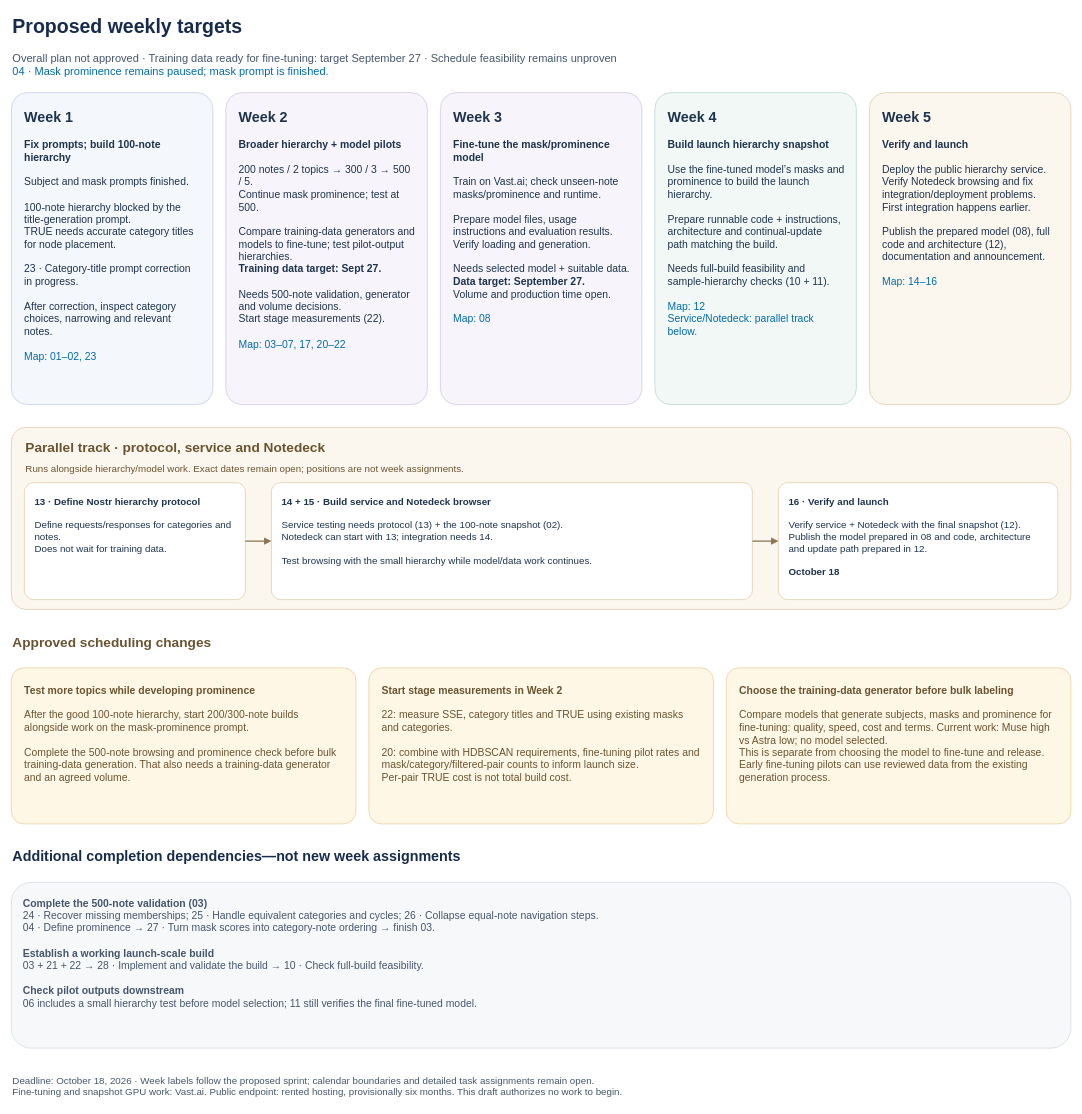
Earlier version of the draw.io diagram page "2 — Proposed weekly targets" (2 of 2) of docs/planning/october-18-release.drawio (kernelkind/oracle-research). Source tidied: cells renumbered, new cells numbered last; positions are measured from the earlier drawing's top-left corner, leaving out a move shared by most shapes. Both pictures are drawn from the tidied source at 65%, with x=0, y=0 at pixel (11, 11).
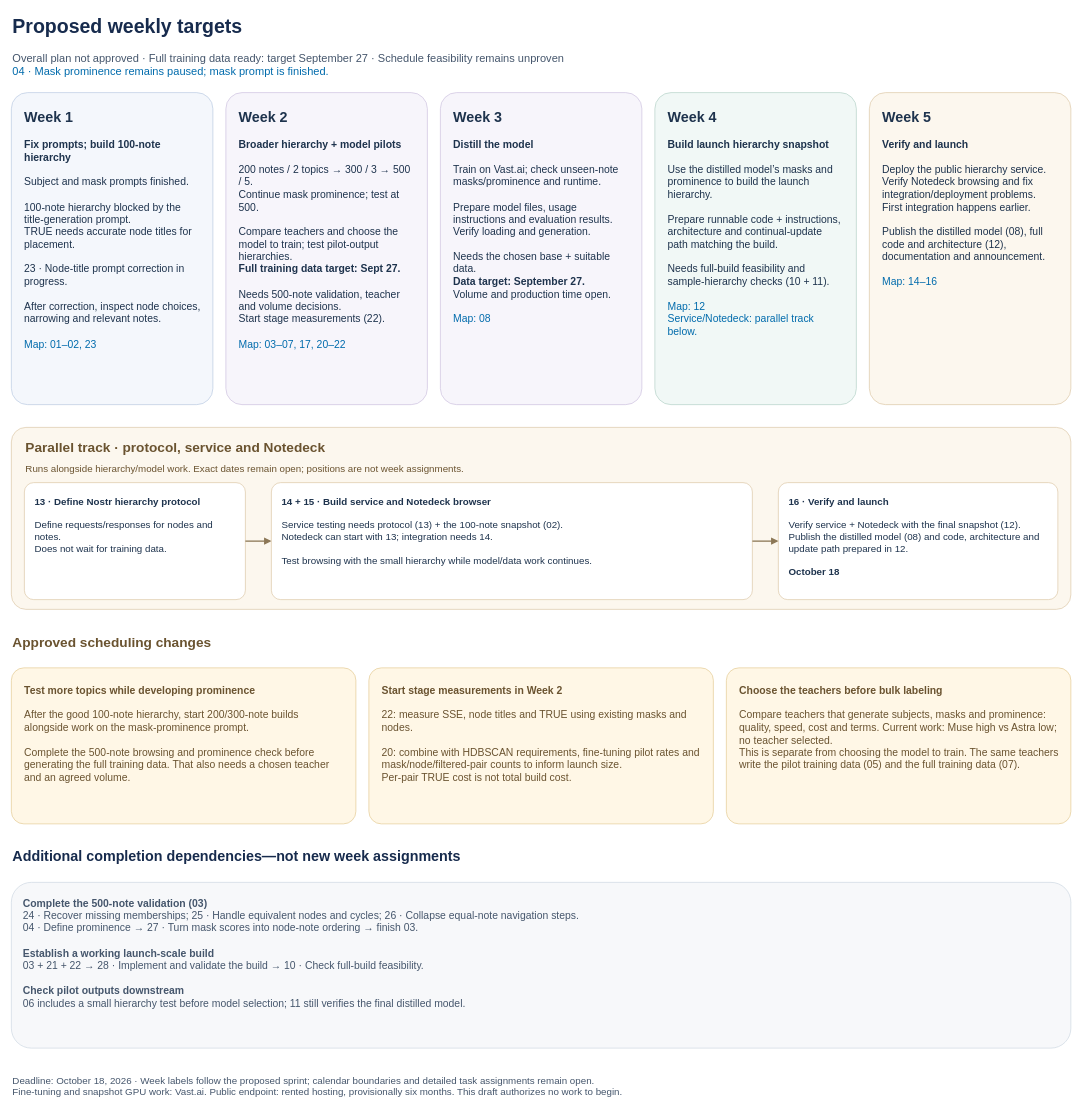
After the change.

Commit message (it also covers changes not shown here):
Sync planning docs and release diagram to the approved model vocabulary

Diff of the diagram source:
```diff
@@
-    <mxCell id="3" value="Overall plan not approved · Training data ready for fine-tuning: target September 27 · Schedule feasibility remains unproven&lt;br&gt;&lt;font color=&quot;light-dark(#6b7788, #bac6d3)&quot;&gt;04 · Mask prominence remains paused; mask prompt is finished.&lt;/font&gt;" style="text;html=1;align=left;verticalAlign=middle;fontSize=17;fontColor=light-dark(#45566c, #bac6d3);" parent="1" vertex="1">
+    <mxCell id="3" value="Overall plan not approved · Full training data ready: target September 27 · Schedule feasibility remains unproven&lt;br&gt;&lt;font color=&quot;light-dark(#6b7788, #bac6d3)&quot;&gt;04 · Mask prominence remains paused; mask prompt is finished.&lt;/font&gt;" style="text;html=1;align=left;verticalAlign=middle;fontSize=17;fontColor=light-dark(#45566c, #bac6d3);" parent="1" vertex="1">
       <mxGeometry y="55" width="1600" height="55" as="geometry" />
     </mxCell>
-    <mxCell id="4" value="&lt;font style=&quot;font-size:22px&quot;&gt;&lt;b&gt;Week 1&lt;/b&gt;&lt;/font&gt;&lt;br&gt;&lt;br&gt;&lt;b&gt;Fix prompts; build 100-note hierarchy&lt;/b&gt;&lt;br&gt;&lt;br&gt;Subject and mask prompts finished.&lt;br&gt;&lt;br&gt;100-note hierarchy blocked by the title-generation prompt.&lt;br&gt;TRUE needs accurate category titles for node placement.&lt;br&gt;&lt;br&gt;23 · Category-title prompt correction in progress.&lt;br&gt;&lt;br&gt;After correction, inspect category choices, narrowing and relevant notes.&lt;br&gt;&lt;br&gt;&lt;font color=&quot;light-dark(#6b7788, #bac6d3)&quot;&gt;Map: 01–02, 23&lt;/font&gt;" style="rounded=1;arcSize=8;whiteSpace=wrap;html=1;fillColor=light-dark(#f4f7fc, #303c49);strokeColor=light-dark(#b7c8e0, #7c8da1);align=left;verticalAlign=top;spacing=20;fontSize=16;fontColor=light-dark(#1e334d, #e6edf3);" parent="1" vertex="1">
+    <mxCell id="4" value="&lt;font style=&quot;font-size:22px&quot;&gt;&lt;b&gt;Week 1&lt;/b&gt;&lt;/font&gt;&lt;br&gt;&lt;br&gt;&lt;b&gt;Fix prompts; build 100-note hierarchy&lt;/b&gt;&lt;br&gt;&lt;br&gt;Subject and mask prompts finished.&lt;br&gt;&lt;br&gt;100-note hierarchy blocked by the title-generation prompt.&lt;br&gt;TRUE needs accurate node titles for placement.&lt;br&gt;&lt;br&gt;23 · Node-title prompt correction in progress.&lt;br&gt;&lt;br&gt;After correction, inspect node choices, narrowing and relevant notes.&lt;br&gt;&lt;br&gt;&lt;font color=&quot;light-dark(#6b7788, #bac6d3)&quot;&gt;Map: 01–02, 23&lt;/font&gt;" style="rounded=1;arcSize=8;whiteSpace=wrap;html=1;fillColor=light-dark(#f4f7fc, #303c49);strokeColor=light-dark(#b7c8e0, #7c8da1);align=left;verticalAlign=top;spacing=20;fontSize=16;fontColor=light-dark(#1e334d, #e6edf3);" parent="1" vertex="1">
       <mxGeometry y="125" width="310" height="480" as="geometry" />
     </mxCell>
-    <mxCell id="5" value="&lt;font style=&quot;font-size:22px&quot;&gt;&lt;b&gt;Week 2&lt;/b&gt;&lt;/font&gt;&lt;br&gt;&lt;br&gt;&lt;b&gt;Broader hierarchy + model pilots&lt;/b&gt;&lt;br&gt;&lt;br&gt;200 notes / 2 topics → 300 / 3 → 500 / 5.&lt;br&gt;Continue mask prominence; test at 500.&lt;br&gt;&lt;br&gt;Compare training-data generators and models to fine-tune; test pilot-output hierarchies.&lt;br&gt;&lt;b&gt;Training data target: Sept 27.&lt;/b&gt;&lt;br&gt;&lt;br&gt;Needs 500-note validation, generator and volume decisions.&lt;br&gt;Start stage measurements (22).&lt;br&gt;&lt;br&gt;&lt;font color=&quot;light-dark(#6b7788, #bac6d3)&quot;&gt;Map: 03–07, 17, 20–22&lt;/font&gt;" style="rounded=1;arcSize=8;whiteSpace=wrap;html=1;fillColor=light-dark(#f7f5fb, #303c49);strokeColor=light-dark(#cbbfdd, #7c8da1);align=left;verticalAlign=top;spacing=20;fontSize=16;fontColor=light-dark(#1e334d, #e6edf3);" parent="1" vertex="1">
+    <mxCell id="5" value="&lt;font style=&quot;font-size:22px&quot;&gt;&lt;b&gt;Week 2&lt;/b&gt;&lt;/font&gt;&lt;br&gt;&lt;br&gt;&lt;b&gt;Broader hierarchy + model pilots&lt;/b&gt;&lt;br&gt;&lt;br&gt;200 notes / 2 topics → 300 / 3 → 500 / 5.&lt;br&gt;Continue mask prominence; test at 500.&lt;br&gt;&lt;br&gt;Compare teachers and choose the model to train; test pilot-output hierarchies.&lt;br&gt;&lt;b&gt;Full training data target: Sept 27.&lt;/b&gt;&lt;br&gt;&lt;br&gt;Needs 500-note validation, teacher and volume decisions.&lt;br&gt;Start stage measurements (22).&lt;br&gt;&lt;br&gt;&lt;font color=&quot;light-dark(#6b7788, #bac6d3)&quot;&gt;Map: 03–07, 17, 20–22&lt;/font&gt;" style="rounded=1;arcSize=8;whiteSpace=wrap;html=1;fillColor=light-dark(#f7f5fb, #303c49);strokeColor=light-dark(#cbbfdd, #7c8da1);align=left;verticalAlign=top;spacing=20;fontSize=16;fontColor=light-dark(#1e334d, #e6edf3);" parent="1" vertex="1">
       <mxGeometry x="330" y="125" width="310" height="480" as="geometry" />
     </mxCell>
-    <mxCell id="6" value="&lt;font style=&quot;font-size:22px&quot;&gt;&lt;b&gt;Week 3&lt;/b&gt;&lt;/font&gt;&lt;br&gt;&lt;br&gt;&lt;b&gt;Fine-tune the mask/prominence model&lt;/b&gt;&lt;br&gt;&lt;br&gt;Train on Vast.ai; check unseen-note masks/prominence and runtime.&lt;br&gt;&lt;br&gt;Prepare model files, usage instructions and evaluation results. Verify loading and generation.&lt;br&gt;&lt;br&gt;Needs selected model + suitable data.&lt;br&gt;&lt;b&gt;Data target: September 27.&lt;/b&gt;&lt;br&gt;Volume and production time open.&lt;br&gt;&lt;br&gt;&lt;font color=&quot;light-dark(#6b7788, #bac6d3)&quot;&gt;Map: 08&lt;/font&gt;" style="rounded=1;arcSize=8;whiteSpace=wrap;html=1;fillColor=light-dark(#f7f5fb, #303c49);strokeColor=light-dark(#cbbfdd, #7c8da1);align=left;verticalAlign=top;spacing=20;fontSize=16;fontColor=light-dark(#1e334d, #e6edf3);" parent="1" vertex="1">
+    <mxCell id="6" value="&lt;font style=&quot;font-size:22px&quot;&gt;&lt;b&gt;Week 3&lt;/b&gt;&lt;/font&gt;&lt;br&gt;&lt;br&gt;&lt;b&gt;Distill the model&lt;/b&gt;&lt;br&gt;&lt;br&gt;Train on Vast.ai; check unseen-note masks/prominence and runtime.&lt;br&gt;&lt;br&gt;Prepare model files, usage instructions and evaluation results. Verify loading and generation.&lt;br&gt;&lt;br&gt;Needs the chosen base + suitable data.&lt;br&gt;&lt;b&gt;Data target: September 27.&lt;/b&gt;&lt;br&gt;Volume and production time open.&lt;br&gt;&lt;br&gt;&lt;font color=&quot;light-dark(#6b7788, #bac6d3)&quot;&gt;Map: 08&lt;/font&gt;" style="rounded=1;arcSize=8;whiteSpace=wrap;html=1;fillColor=light-dark(#f7f5fb, #303c49);strokeColor=light-dark(#cbbfdd, #7c8da1);align=left;verticalAlign=top;spacing=20;fontSize=16;fontColor=light-dark(#1e334d, #e6edf3);" parent="1" vertex="1">
       <mxGeometry x="660" y="125" width="310" height="480" as="geometry" />
     </mxCell>
-    <mxCell id="7" value="&lt;font style=&quot;font-size:22px&quot;&gt;&lt;b&gt;Week 4&lt;/b&gt;&lt;/font&gt;&lt;br&gt;&lt;br&gt;&lt;b&gt;Build launch hierarchy snapshot&lt;/b&gt;&lt;br&gt;&lt;br&gt;Use the fine-tuned model’s masks and prominence to build the launch hierarchy.&lt;br&gt;&lt;br&gt;Prepare runnable code + instructions, architecture and continual-update path matching the build.&lt;br&gt;&lt;br&gt;Needs full-build feasibility and sample-hierarchy checks (10 + 11).&lt;br&gt;&lt;br&gt;&lt;font color=&quot;light-dark(#6b7788, #bac6d3)&quot;&gt;Map: 12&lt;br&gt;Service/Notedeck: parallel track below.&lt;/font&gt;" style="rounded=1;arcSize=8;whiteSpace=wrap;html=1;fillColor=light-dark(#f1f8f6, #303c49);strokeColor=light-dark(#b1d0c5, #7c8da1);align=left;verticalAlign=top;spacing=20;fontSize=16;fontColor=light-dark(#1e334d, #e6edf3);" parent="1" vertex="1">
+    <mxCell id="7" value="&lt;font style=&quot;font-size:22px&quot;&gt;&lt;b&gt;Week 4&lt;/b&gt;&lt;/font&gt;&lt;br&gt;&lt;br&gt;&lt;b&gt;Build launch hierarchy snapshot&lt;/b&gt;&lt;br&gt;&lt;br&gt;Use the distilled model’s masks and prominence to build the launch hierarchy.&lt;br&gt;&lt;br&gt;Prepare runnable code + instructions, architecture and continual-update path matching the build.&lt;br&gt;&lt;br&gt;Needs full-build feasibility and sample-hierarchy checks (10 + 11).&lt;br&gt;&lt;br&gt;&lt;font color=&quot;light-dark(#6b7788, #bac6d3)&quot;&gt;Map: 12&lt;br&gt;Service/Notedeck: parallel track below.&lt;/font&gt;" style="rounded=1;arcSize=8;whiteSpace=wrap;html=1;fillColor=light-dark(#f1f8f6, #303c49);strokeColor=light-dark(#b1d0c5, #7c8da1);align=left;verticalAlign=top;spacing=20;fontSize=16;fontColor=light-dark(#1e334d, #e6edf3);" parent="1" vertex="1">
       <mxGeometry x="990" y="125" width="310" height="480" as="geometry" />
     </mxCell>
-    <mxCell id="8" value="&lt;font style=&quot;font-size:22px&quot;&gt;&lt;b&gt;Week 5&lt;/b&gt;&lt;/font&gt;&lt;br&gt;&lt;br&gt;&lt;b&gt;Verify and launch&lt;/b&gt;&lt;br&gt;&lt;br&gt;Deploy the public hierarchy service. Verify Notedeck browsing and fix integration/deployment problems.&lt;br&gt;First integration happens earlier.&lt;br&gt;&lt;br&gt;Publish the prepared model (08), full code and architecture (12), documentation and announcement.&lt;br&gt;&lt;br&gt;&lt;font color=&quot;light-dark(#6b7788, #bac6d3)&quot;&gt;Map: 14–16&lt;/font&gt;" style="rounded=1;arcSize=8;whiteSpace=wrap;html=1;fillColor=light-dark(#fcf7ee, #303c49);strokeColor=light-dark(#dac5a2, #7c8da1);align=left;verticalAlign=top;spacing=20;fontSize=16;fontColor=light-dark(#1e334d, #e6edf3);" parent="1" vertex="1">
+    <mxCell id="8" value="&lt;font style=&quot;font-size:22px&quot;&gt;&lt;b&gt;Week 5&lt;/b&gt;&lt;/font&gt;&lt;br&gt;&lt;br&gt;&lt;b&gt;Verify and launch&lt;/b&gt;&lt;br&gt;&lt;br&gt;Deploy the public hierarchy service. Verify Notedeck browsing and fix integration/deployment problems.&lt;br&gt;First integration happens earlier.&lt;br&gt;&lt;br&gt;Publish the distilled model (08), full code and architecture (12), documentation and announcement.&lt;br&gt;&lt;br&gt;&lt;font color=&quot;light-dark(#6b7788, #bac6d3)&quot;&gt;Map: 14–16&lt;/font&gt;" style="rounded=1;arcSize=8;whiteSpace=wrap;html=1;fillColor=light-dark(#fcf7ee, #303c49);strokeColor=light-dark(#dac5a2, #7c8da1);align=left;verticalAlign=top;spacing=20;fontSize=16;fontColor=light-dark(#1e334d, #e6edf3);" parent="1" vertex="1">
       <mxGeometry x="1320" y="125" width="310" height="480" as="geometry" />
     </mxCell>
@@
-    <mxCell id="12" value="&lt;b&gt;13 · Define Nostr hierarchy protocol&lt;/b&gt;&lt;br&gt;&lt;br&gt;Define requests/responses for categories and notes.&lt;br&gt;Does not wait for training data." style="rounded=1;arcSize=8;whiteSpace=wrap;html=1;fillColor=light-dark(#ffffff, #303c49);strokeColor=light-dark(#dac5a2, #7c8da1);align=left;verticalAlign=top;spacing=16;fontSize=15;fontColor=light-dark(#1e334d, #e6edf3);" parent="1" vertex="1">
+    <mxCell id="12" value="&lt;b&gt;13 · Define Nostr hierarchy protocol&lt;/b&gt;&lt;br&gt;&lt;br&gt;Define requests/responses for nodes and notes.&lt;br&gt;Does not wait for training data." style="rounded=1;arcSize=8;whiteSpace=wrap;html=1;fillColor=light-dark(#ffffff, #303c49);strokeColor=light-dark(#dac5a2, #7c8da1);align=left;verticalAlign=top;spacing=16;fontSize=15;fontColor=light-dark(#1e334d, #e6edf3);" parent="1" vertex="1">
       <mxGeometry x="20" y="725" width="340" height="180" as="geometry" />
     </mxCell>
@@
-    <mxCell id="14" value="&lt;b&gt;16 · Verify and launch&lt;/b&gt;&lt;br&gt;&lt;br&gt;Verify service + Notedeck with the final snapshot (12).&lt;br&gt;Publish the model prepared in 08 and code, architecture and update path prepared in 12.&lt;br&gt;&lt;br&gt;&lt;b&gt;October 18&lt;/b&gt;" style="rounded=1;arcSize=8;whiteSpace=wrap;html=1;fillColor=light-dark(#ffffff, #303c49);strokeColor=light-dark(#dac5a2, #7c8da1);align=left;verticalAlign=top;spacing=16;fontSize=15;fontColor=light-dark(#1e334d, #e6edf3);" parent="1" vertex="1">
+    <mxCell id="14" value="&lt;b&gt;16 · Verify and launch&lt;/b&gt;&lt;br&gt;&lt;br&gt;Verify service + Notedeck with the final snapshot (12).&lt;br&gt;Publish the distilled model (08) and code, architecture and update path prepared in 12.&lt;br&gt;&lt;br&gt;&lt;b&gt;October 18&lt;/b&gt;" style="rounded=1;arcSize=8;whiteSpace=wrap;html=1;fillColor=light-dark(#ffffff, #303c49);strokeColor=light-dark(#dac5a2, #7c8da1);align=left;verticalAlign=top;spacing=16;fontSize=15;fontColor=light-dark(#1e334d, #e6edf3);" parent="1" vertex="1">
       <mxGeometry x="1180" y="725" width="430" height="180" as="geometry" />
     </mxCell>
@@
-    <mxCell id="18" value="&lt;b&gt;Test more topics while developing prominence&lt;/b&gt;&lt;br&gt;&lt;br&gt;After the good 100-note hierarchy, start 200/300-note builds alongside work on the mask-prominence prompt.&lt;br&gt;&lt;br&gt;Complete the 500-note browsing and prominence check before bulk training-data generation. That also needs a training-data generator and an agreed volume." style="rounded=1;arcSize=8;whiteSpace=wrap;html=1;fillColor=light-dark(#fff7e6, #332d24);strokeColor=light-dark(#e2c88f, #7c8da1);align=left;verticalAlign=top;spacing=20;fontSize=16;fontColor=light-dark(#6a5330, #e6edf3);" parent="1" vertex="1">
+    <mxCell id="18" value="&lt;b&gt;Test more topics while developing prominence&lt;/b&gt;&lt;br&gt;&lt;br&gt;After the good 100-note hierarchy, start 200/300-note builds alongside work on the mask-prominence prompt.&lt;br&gt;&lt;br&gt;Complete the 500-note browsing and prominence check before generating the full training data. That also needs a chosen teacher and an agreed volume." style="rounded=1;arcSize=8;whiteSpace=wrap;html=1;fillColor=light-dark(#fff7e6, #332d24);strokeColor=light-dark(#e2c88f, #7c8da1);align=left;verticalAlign=top;spacing=20;fontSize=16;fontColor=light-dark(#6a5330, #e6edf3);" parent="1" vertex="1">
       <mxGeometry y="1010" width="530" height="240" as="geometry" />
     </mxCell>
-    <mxCell id="19" value="&lt;b&gt;Start stage measurements in Week 2&lt;/b&gt;&lt;br&gt;&lt;br&gt;22: measure SSE, category titles and TRUE using existing masks and categories.&lt;br&gt;&lt;br&gt;20: combine with HDBSCAN requirements, fine-tuning pilot rates and mask/category/filtered-pair counts to inform launch size.&lt;br&gt;Per-pair TRUE cost is not total build cost." style="rounded=1;arcSize=8;whiteSpace=wrap;html=1;fillColor=light-dark(#fff7e6, #332d24);strokeColor=light-dark(#e2c88f, #7c8da1);align=left;verticalAlign=top;spacing=20;fontSize=16;fontColor=light-dark(#6a5330, #e6edf3);" parent="1" vertex="1">
+    <mxCell id="19" value="&lt;b&gt;Start stage measurements in Week 2&lt;/b&gt;&lt;br&gt;&lt;br&gt;22: measure SSE, node titles and TRUE using existing masks and nodes.&lt;br&gt;&lt;br&gt;20: combine with HDBSCAN requirements, fine-tuning pilot rates and mask/node/filtered-pair counts to inform launch size.&lt;br&gt;Per-pair TRUE cost is not total build cost." style="rounded=1;arcSize=8;whiteSpace=wrap;html=1;fillColor=light-dark(#fff7e6, #332d24);strokeColor=light-dark(#e2c88f, #7c8da1);align=left;verticalAlign=top;spacing=20;fontSize=16;fontColor=light-dark(#6a5330, #e6edf3);" parent="1" vertex="1">
       <mxGeometry x="550" y="1010" width="530" height="240" as="geometry" />
     </mxCell>
-    <mxCell id="20" value="&lt;b&gt;Choose the training-data generator before bulk labeling&lt;/b&gt;&lt;br&gt;&lt;br&gt;Compare models that generate subjects, masks and prominence for fine-tuning: quality, speed, cost and terms. Current work: Muse high vs Astra low; no model selected.&lt;br&gt;This is separate from choosing the model to fine-tune and release. Early fine-tuning pilots can use reviewed data from the existing generation process." style="rounded=1;arcSize=8;whiteSpace=wrap;html=1;fillColor=light-dark(#fff7e6, #332d24);strokeColor=light-dark(#e2c88f, #7c8da1);align=left;verticalAlign=top;spacing=20;fontSize=16;fontColor=light-dark(#6a5330, #e6edf3);" parent="1" vertex="1">
+    <mxCell id="20" value="&lt;b&gt;Choose the teachers before bulk labeling&lt;/b&gt;&lt;br&gt;&lt;br&gt;Compare teachers that generate subjects, masks and prominence: quality, speed, cost and terms. Current work: Muse high vs Astra low; no teacher selected.&lt;br&gt;This is separate from choosing the model to train. The same teachers write the pilot training data (05) and the full training data (07)." style="rounded=1;arcSize=8;whiteSpace=wrap;html=1;fillColor=light-dark(#fff7e6, #332d24);strokeColor=light-dark(#e2c88f, #7c8da1);align=left;verticalAlign=top;spacing=20;fontSize=16;fontColor=light-dark(#6a5330, #e6edf3);" parent="1" vertex="1">
       <mxGeometry x="1100" y="1010" width="530" height="240" as="geometry" />
     </mxCell>
@@
-    <mxCell id="22" value="&lt;b&gt;Complete the 500-note validation (03)&lt;/b&gt;&lt;br&gt;24 · Recover missing memberships; 25 · Handle equivalent categories and cycles; 26 · Collapse equal-note navigation steps.&lt;br&gt;04 · Define prominence → 27 · Turn mask scores into category-note ordering → finish 03.&lt;br&gt;&lt;br&gt;&lt;b&gt;Establish a working launch-scale build&lt;/b&gt;&lt;br&gt;03 + 21 + 22 → 28 · Implement and validate the build → 10 · Check full-build feasibility.&lt;br&gt;&lt;br&gt;&lt;b&gt;Check pilot outputs downstream&lt;/b&gt;&lt;br&gt;06 includes a small hierarchy test before model selection; 11 still verifies the final fine-tuned model." style="rounded=1;arcSize=12;whiteSpace=wrap;html=1;fillColor=light-dark(#f7f8fa, #303c49);strokeColor=light-dark(#cbd5e1, #7c8da1);fontColor=light-dark(#45566c, #e6edf3);strokeWidth=1;align=left;verticalAlign=top;spacing=18;fontSize=16;" parent="1" vertex="1">
+    <mxCell id="22" value="&lt;b&gt;Complete the 500-note validation (03)&lt;/b&gt;&lt;br&gt;24 · Recover missing memberships; 25 · Handle equivalent nodes and cycles; 26 · Collapse equal-note navigation steps.&lt;br&gt;04 · Define prominence → 27 · Turn mask scores into node-note ordering → finish 03.&lt;br&gt;&lt;br&gt;&lt;b&gt;Establish a working launch-scale build&lt;/b&gt;&lt;br&gt;03 + 21 + 22 → 28 · Implement and validate the build → 10 · Check full-build feasibility.&lt;br&gt;&lt;br&gt;&lt;b&gt;Check pilot outputs downstream&lt;/b&gt;&lt;br&gt;06 includes a small hierarchy test before model selection; 11 still verifies the final distilled model." style="rounded=1;arcSize=12;whiteSpace=wrap;html=1;fillColor=light-dark(#f7f8fa, #303c49);strokeColor=light-dark(#cbd5e1, #7c8da1);fontColor=light-dark(#45566c, #e6edf3);strokeWidth=1;align=left;verticalAlign=top;spacing=18;fontSize=16;" parent="1" vertex="1">
       <mxGeometry y="1340" width="1630" height="255" as="geometry" />
     </mxCell>
```
